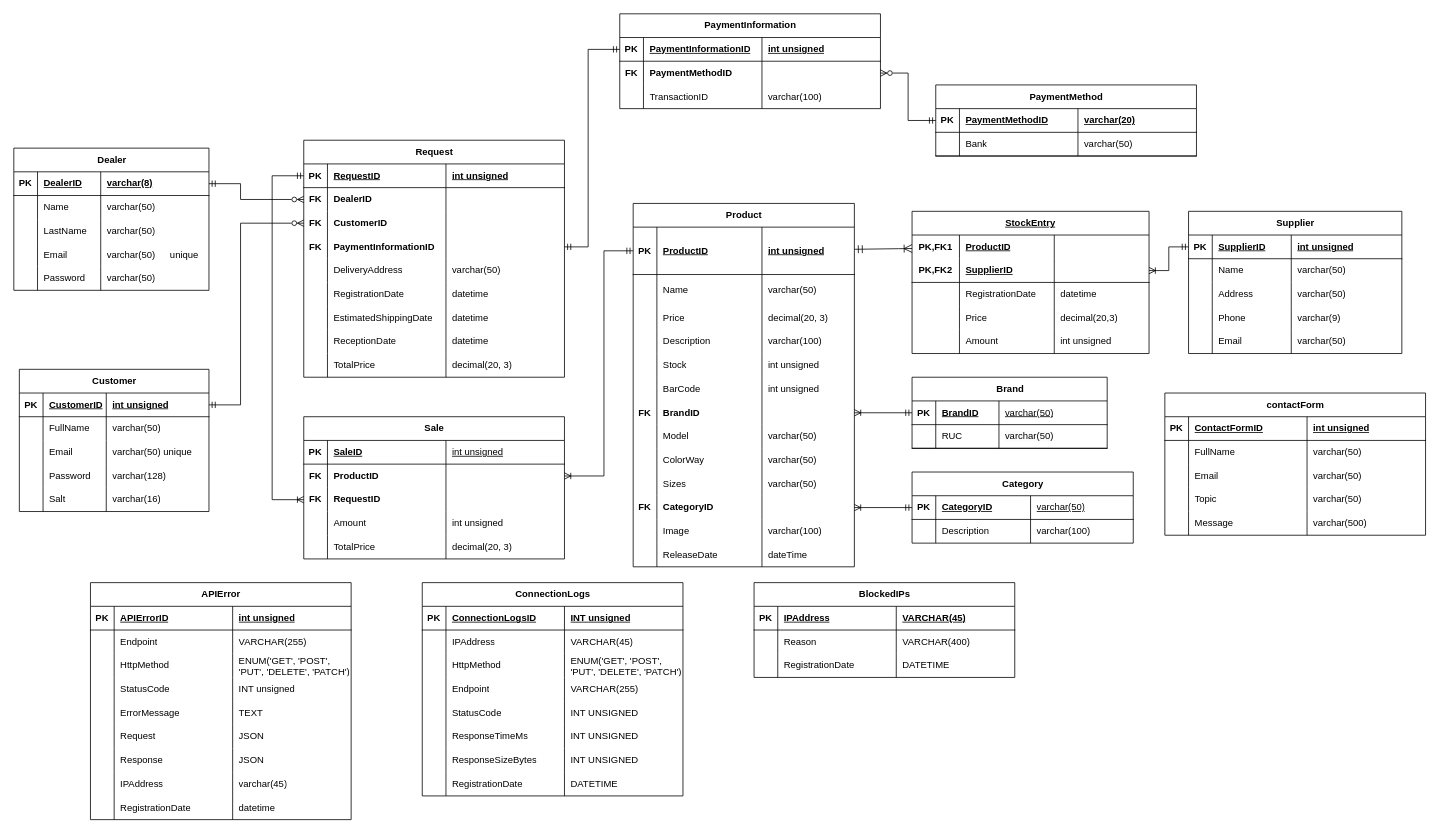
This is DataBase/thot.drawio from kurizuki/Minerva, a draw.io file, before an edit. Source tidied: cells renumbered, new cells numbered last; positions are measured from the earlier drawing's top-left corner, leaving out a move shared by most shapes. Both pictures are drawn from the tidied source at 79%, with x=0, y=0 at pixel (13, 13).
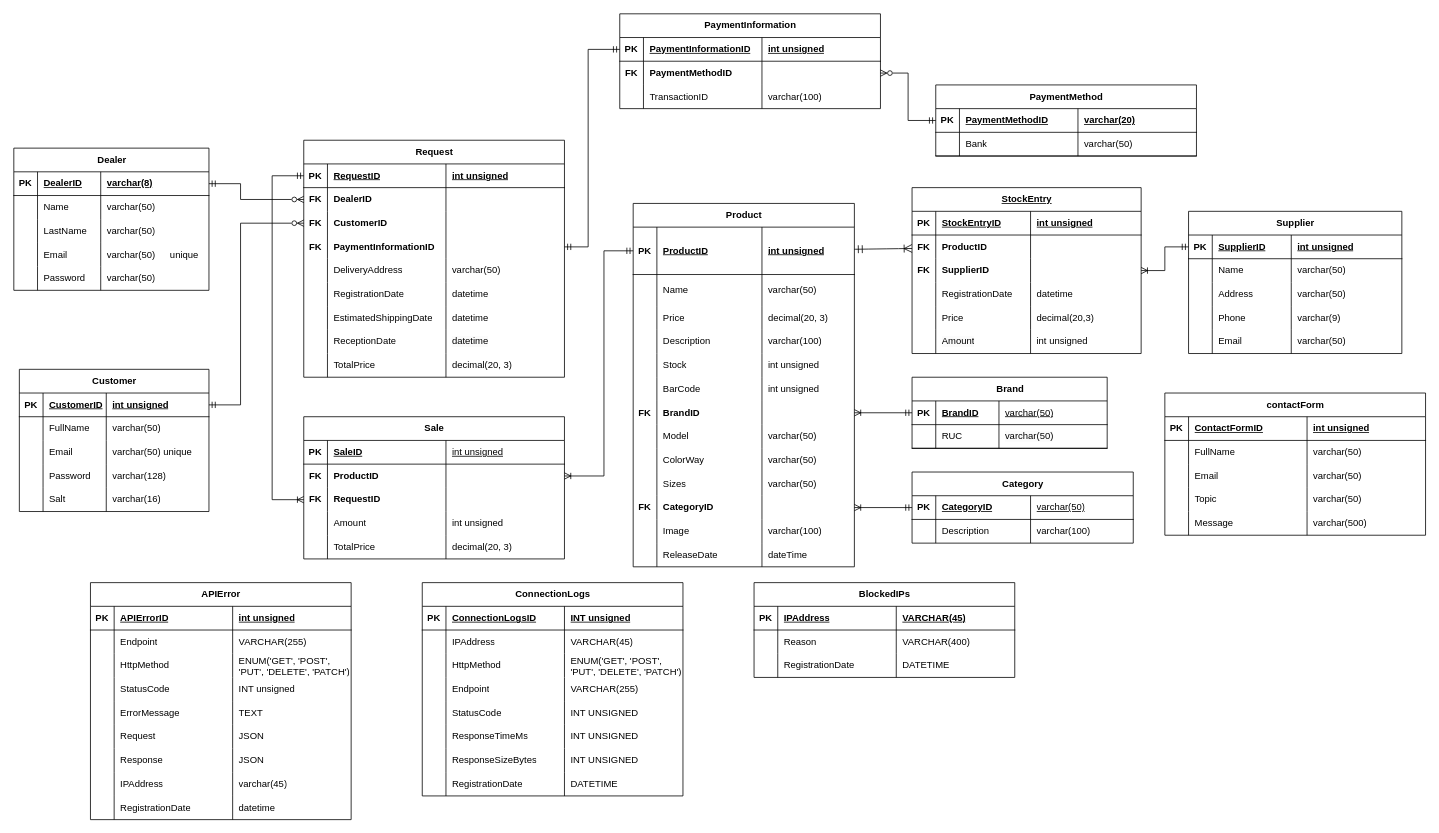
The same diagram, later.

Unchanged cells that the change refers to:
```xml
<mxCell id="3" style="shape=tableRow;horizontal=0;startSize=0;swimlaneHead=0;swimlaneBody=0;fillColor=none;points=[[0,0.5],[1,0.5]];portConstraint=eastwest;top=0;left=0;right=0;bottom=1;" parent="2" vertex="1">
  <mxGeometry y="30" width="280" height="60" as="geometry" />
</mxCell>
<mxCell id="98" style="shape=tableRow;horizontal=0;startSize=0;swimlaneHead=0;swimlaneBody=0;fillColor=none;points=[[0,0.5],[1,0.5]];portConstraint=eastwest;top=0;left=0;right=0;bottom=1;" parent="97" vertex="1">
  <mxGeometry y="30" width="270" height="30" as="geometry" />
</mxCell>
```

The edit, as a diff of the source:
```diff
@@
-    <mxCell id="157" style="edgeStyle=orthogonalEdgeStyle;rounded=0;jettySize=auto;html=1;exitX=0;exitY=0.5;exitDx=0;exitDy=0;endArrow=ERoneToMany;endFill=0;startArrow=ERmandOne;startFill=0;" parent="1" edge="1" source="98" target="175">
+    <mxCell id="157" style="edgeStyle=orthogonalEdgeStyle;rounded=0;jettySize=auto;html=1;exitX=0;exitY=0.5;exitDx=0;exitDy=0;endArrow=ERoneToMany;endFill=0;startArrow=ERmandOne;startFill=0;entryX=1;entryY=0.5;entryDx=0;entryDy=0;" parent="1" edge="1" source="98" target="358">
       <mxGeometry relative="1" as="geometry" />
     </mxCell>
-    <mxCell id="158" style="edgeStyle=none;curved=1;rounded=0;jettySize=auto;html=1;fontSize=12;startSize=8;endSize=8;endArrow=ERoneToMany;endFill=0;startArrow=ERmandOne;startFill=0;" parent="1" edge="1" source="3" target="171">
+    <mxCell id="158" style="edgeStyle=none;curved=1;rounded=0;jettySize=auto;html=1;fontSize=12;startSize=8;endSize=8;endArrow=ERoneToMany;endFill=0;startArrow=ERmandOne;startFill=0;" parent="1" edge="1" source="3" target="355">
       <mxGeometry relative="1" as="geometry" />
     </mxCell>
@@
-    <mxCell id="170" value="&lt;span style=&quot;text-wrap-mode: nowrap; text-decoration-line: underline;&quot;&gt;StockEntry&lt;/span&gt;" style="shape=table;startSize=30;childLayout=tableLayout;rowLines=0;fontStyle=1;align=center;html=1;whiteSpace=wrap;" parent="1" vertex="1">
-      <mxGeometry x="1137" y="250" width="300" height="180" as="geometry" />
-    </mxCell>
-    <mxCell id="171" style="shape=tableRow;horizontal=0;startSize=0;swimlaneHead=0;swimlaneBody=0;fillColor=none;points=[[0,0.5],[1,0.5]];portConstraint=eastwest;top=0;left=0;right=0;bottom=0;html=1;" parent="170" vertex="1">
-      <mxGeometry y="30" width="300" height="30" as="geometry" />
-    </mxCell>
-    <mxCell id="172" value="PK,FK1" style="shape=partialRectangle;fillColor=none;top=0;left=0;bottom=0;right=0;fontStyle=1;overflow=hidden;html=1;whiteSpace=wrap;" parent="171" vertex="1">
-      <mxGeometry width="60" height="30" as="geometry" />
-    </mxCell>
-    <mxCell id="173" value="ProductID" style="shape=partialRectangle;fillColor=none;top=0;left=0;bottom=0;right=0;align=left;spacingLeft=6;fontStyle=5;overflow=hidden;html=1;whiteSpace=wrap;" parent="171" vertex="1">
-      <mxGeometry x="60" width="120" height="30" as="geometry" />
-    </mxCell>
-    <mxCell id="174" style="shape=partialRectangle;fillColor=none;top=0;left=0;bottom=0;right=0;align=left;spacingLeft=6;fontStyle=5;overflow=hidden;html=1;whiteSpace=wrap;" parent="171" vertex="1">
-      <mxGeometry x="180" width="120" height="30" as="geometry" />
-    </mxCell>
-    <mxCell id="175" style="shape=tableRow;horizontal=0;startSize=0;swimlaneHead=0;swimlaneBody=0;fillColor=none;points=[[0,0.5],[1,0.5]];portConstraint=eastwest;top=0;left=0;right=0;bottom=1;html=1;" parent="170" vertex="1">
-      <mxGeometry y="60" width="300" height="30" as="geometry" />
-    </mxCell>
-    <mxCell id="176" value="PK,FK2" style="shape=partialRectangle;fillColor=none;top=0;left=0;bottom=0;right=0;fontStyle=1;overflow=hidden;html=1;whiteSpace=wrap;" parent="175" vertex="1">
-      <mxGeometry width="60" height="30" as="geometry" />
-    </mxCell>
-    <mxCell id="177" value="&lt;span style=&quot;text-align: center;&quot;&gt;SupplierID&lt;/span&gt;" style="shape=partialRectangle;fillColor=none;top=0;left=0;bottom=0;right=0;align=left;spacingLeft=6;fontStyle=5;overflow=hidden;html=1;whiteSpace=wrap;" parent="175" vertex="1">
-      <mxGeometry x="60" width="120" height="30" as="geometry" />
-    </mxCell>
-    <mxCell id="178" style="shape=partialRectangle;fillColor=none;top=0;left=0;bottom=0;right=0;align=left;spacingLeft=6;fontStyle=5;overflow=hidden;html=1;whiteSpace=wrap;" parent="175" vertex="1">
-      <mxGeometry x="180" width="120" height="30" as="geometry" />
-    </mxCell>
-    <mxCell id="179" style="shape=tableRow;horizontal=0;startSize=0;swimlaneHead=0;swimlaneBody=0;fillColor=none;top=0;left=0;right=0;bottom=0;html=1;" parent="170" vertex="1">
-      <mxGeometry y="90" width="300" height="30" as="geometry" />
-    </mxCell>
-    <mxCell id="180" style="shape=partialRectangle;fillColor=none;top=0;left=0;bottom=0;right=0;overflow=hidden;html=1;whiteSpace=wrap;" parent="179" vertex="1">
-      <mxGeometry width="60" height="30" as="geometry" />
-    </mxCell>
-    <mxCell id="181" value="RegistrationDate" style="shape=partialRectangle;fillColor=none;top=0;left=0;bottom=0;right=0;align=left;spacingLeft=6;overflow=hidden;html=1;whiteSpace=wrap;" parent="179" vertex="1">
-      <mxGeometry x="60" width="120" height="30" as="geometry" />
-    </mxCell>
-    <mxCell id="182" value="datetime" style="shape=partialRectangle;fillColor=none;top=0;left=0;bottom=0;right=0;align=left;spacingLeft=6;overflow=hidden;html=1;whiteSpace=wrap;" parent="179" vertex="1">
-      <mxGeometry x="180" width="120" height="30" as="geometry" />
-    </mxCell>
-    <mxCell id="183" style="shape=tableRow;horizontal=0;startSize=0;swimlaneHead=0;swimlaneBody=0;fillColor=none;top=0;left=0;right=0;bottom=0;html=1;" parent="170" vertex="1">
-      <mxGeometry y="120" width="300" height="30" as="geometry" />
-    </mxCell>
-    <mxCell id="184" style="shape=partialRectangle;fillColor=none;top=0;left=0;bottom=0;right=0;overflow=hidden;html=1;whiteSpace=wrap;" parent="183" vertex="1">
-      <mxGeometry width="60" height="30" as="geometry" />
-    </mxCell>
-    <mxCell id="185" value="Price" style="shape=partialRectangle;fillColor=none;top=0;left=0;bottom=0;right=0;align=left;spacingLeft=6;overflow=hidden;html=1;whiteSpace=wrap;" parent="183" vertex="1">
-      <mxGeometry x="60" width="120" height="30" as="geometry" />
-    </mxCell>
-    <mxCell id="186" value="decimal(20,3)" style="shape=partialRectangle;fillColor=none;top=0;left=0;bottom=0;right=0;align=left;spacingLeft=6;overflow=hidden;html=1;whiteSpace=wrap;" parent="183" vertex="1">
-      <mxGeometry x="180" width="120" height="30" as="geometry" />
-    </mxCell>
-    <mxCell id="187" style="shape=tableRow;horizontal=0;startSize=0;swimlaneHead=0;swimlaneBody=0;fillColor=none;top=0;left=0;right=0;bottom=0;html=1;" parent="170" vertex="1">
-      <mxGeometry y="150" width="300" height="30" as="geometry" />
-    </mxCell>
-    <mxCell id="188" style="shape=partialRectangle;fillColor=none;top=0;left=0;bottom=0;right=0;overflow=hidden;html=1;whiteSpace=wrap;" parent="187" vertex="1">
-      <mxGeometry width="60" height="30" as="geometry" />
-    </mxCell>
-    <mxCell id="189" value="Amount" style="shape=partialRectangle;fillColor=none;top=0;left=0;bottom=0;right=0;align=left;spacingLeft=6;overflow=hidden;html=1;whiteSpace=wrap;" parent="187" vertex="1">
-      <mxGeometry x="60" width="120" height="30" as="geometry" />
-    </mxCell>
-    <mxCell id="190" value="int unsigned" style="shape=partialRectangle;fillColor=none;top=0;left=0;bottom=0;right=0;align=left;spacingLeft=6;overflow=hidden;html=1;whiteSpace=wrap;" parent="187" vertex="1">
-      <mxGeometry x="180" width="120" height="30" as="geometry" />
-    </mxCell>
@@
+    <mxCell id="170" value="&lt;span style=&quot;text-decoration-line: underline;&quot;&gt;StockEntry&lt;/span&gt;" style="shape=table;startSize=30;childLayout=tableLayout;rowLines=0;fontStyle=1;align=center;html=1;" parent="1" vertex="1">
+      <mxGeometry x="1137" y="220" width="290" height="210" as="geometry" />
+    </mxCell>
+    <mxCell id="351" style="shape=tableRow;horizontal=0;startSize=0;swimlaneHead=0;swimlaneBody=0;fillColor=none;top=0;left=0;right=0;bottom=1;" parent="170" vertex="1">
+      <mxGeometry y="30" width="290" height="30" as="geometry" />
+    </mxCell>
+    <mxCell id="352" value="PK" style="shape=partialRectangle;fillColor=none;top=0;left=0;bottom=0;right=0;fontStyle=1;overflow=hidden;whiteSpace=wrap;html=1;" parent="351" vertex="1">
+      <mxGeometry width="30" height="30" as="geometry" />
+    </mxCell>
+    <mxCell id="353" value="&lt;span style=&quot;text-align: center; text-wrap-mode: nowrap;&quot;&gt;StockEntryID&lt;/span&gt;" style="shape=partialRectangle;fillColor=none;top=0;left=0;bottom=0;right=0;align=left;spacingLeft=6;fontStyle=5;overflow=hidden;whiteSpace=wrap;html=1;" parent="351" vertex="1">
+      <mxGeometry x="30" width="120" height="30" as="geometry" />
+    </mxCell>
+    <mxCell id="354" value="int unsigned" style="shape=partialRectangle;fillColor=none;top=0;left=0;bottom=0;right=0;align=left;spacingLeft=6;fontStyle=5;overflow=hidden;whiteSpace=wrap;html=1;" parent="351" vertex="1">
+      <mxGeometry x="150" width="140" height="30" as="geometry" />
+    </mxCell>
+    <mxCell id="355" style="shape=tableRow;horizontal=0;startSize=0;swimlaneHead=0;swimlaneBody=0;fillColor=none;points=[[0,0.5],[1,0.5]];portConstraint=eastwest;top=0;left=0;right=0;bottom=0;" parent="170" vertex="1">
+      <mxGeometry y="60" width="290" height="30" as="geometry" />
+    </mxCell>
+    <mxCell id="356" value="&lt;b&gt;FK&lt;/b&gt;" style="shape=partialRectangle;fillColor=none;top=0;left=0;bottom=0;right=0;overflow=hidden;whiteSpace=wrap;html=1;" parent="355" vertex="1">
+      <mxGeometry width="30" height="30" as="geometry" />
+    </mxCell>
+    <mxCell id="173" value="&lt;span style=&quot;font-weight: 700;&quot;&gt;ProductID&lt;/span&gt;" style="shape=partialRectangle;fillColor=none;top=0;left=0;bottom=0;right=0;align=left;spacingLeft=6;overflow=hidden;whiteSpace=wrap;html=1;" parent="355" vertex="1">
+      <mxGeometry x="30" width="120" height="30" as="geometry" />
+    </mxCell>
+    <mxCell id="357" style="shape=partialRectangle;fillColor=none;top=0;left=0;bottom=0;right=0;align=left;spacingLeft=6;overflow=hidden;whiteSpace=wrap;html=1;" parent="355" vertex="1">
+      <mxGeometry x="150" width="140" height="30" as="geometry" />
+    </mxCell>
+    <mxCell id="358" style="shape=tableRow;horizontal=0;startSize=0;swimlaneHead=0;swimlaneBody=0;fillColor=none;points=[[0,0.5],[1,0.5]];portConstraint=eastwest;top=0;left=0;right=0;bottom=0;" parent="170" vertex="1">
+      <mxGeometry y="90" width="290" height="30" as="geometry" />
+    </mxCell>
+    <mxCell id="359" value="&lt;b&gt;FK&lt;/b&gt;" style="shape=partialRectangle;fillColor=none;top=0;left=0;bottom=0;right=0;overflow=hidden;whiteSpace=wrap;html=1;" parent="358" vertex="1">
+      <mxGeometry width="30" height="30" as="geometry" />
+    </mxCell>
+    <mxCell id="177" value="&lt;span style=&quot;text-align: center;&quot;&gt;&lt;b&gt;SupplierID&lt;/b&gt;&lt;/span&gt;" style="shape=partialRectangle;fillColor=none;top=0;left=0;bottom=0;right=0;align=left;spacingLeft=6;overflow=hidden;whiteSpace=wrap;html=1;fontStyle=0;" parent="358" vertex="1">
+      <mxGeometry x="30" width="120" height="30" as="geometry" />
+    </mxCell>
+    <mxCell id="360" style="shape=partialRectangle;fillColor=none;top=0;left=0;bottom=0;right=0;align=left;spacingLeft=6;overflow=hidden;whiteSpace=wrap;html=1;" parent="358" vertex="1">
+      <mxGeometry x="150" width="140" height="30" as="geometry" />
+    </mxCell>
+    <mxCell id="361" style="shape=tableRow;horizontal=0;startSize=0;swimlaneHead=0;swimlaneBody=0;fillColor=none;top=0;left=0;right=0;bottom=0;" parent="170" vertex="1">
+      <mxGeometry y="120" width="290" height="30" as="geometry" />
+    </mxCell>
+    <mxCell id="362" style="shape=partialRectangle;fillColor=none;top=0;left=0;bottom=0;right=0;overflow=hidden;whiteSpace=wrap;html=1;" parent="361" vertex="1">
+      <mxGeometry width="30" height="30" as="geometry" />
+    </mxCell>
+    <mxCell id="181" value="RegistrationDate" style="shape=partialRectangle;fillColor=none;top=0;left=0;bottom=0;right=0;align=left;spacingLeft=6;overflow=hidden;whiteSpace=wrap;html=1;" parent="361" vertex="1">
+      <mxGeometry x="30" width="120" height="30" as="geometry" />
+    </mxCell>
+    <mxCell id="182" value="datetime" style="shape=partialRectangle;fillColor=none;top=0;left=0;bottom=0;right=0;align=left;spacingLeft=6;overflow=hidden;whiteSpace=wrap;html=1;" parent="361" vertex="1">
+      <mxGeometry x="150" width="140" height="30" as="geometry" />
+    </mxCell>
+    <mxCell id="363" style="shape=tableRow;horizontal=0;startSize=0;swimlaneHead=0;swimlaneBody=0;fillColor=none;top=0;left=0;right=0;bottom=0;" parent="170" vertex="1">
+      <mxGeometry y="150" width="290" height="30" as="geometry" />
+    </mxCell>
+    <mxCell id="364" style="shape=partialRectangle;fillColor=none;top=0;left=0;bottom=0;right=0;overflow=hidden;whiteSpace=wrap;html=1;" parent="363" vertex="1">
+      <mxGeometry width="30" height="30" as="geometry" />
+    </mxCell>
+    <mxCell id="185" value="Price" style="shape=partialRectangle;fillColor=none;top=0;left=0;bottom=0;right=0;align=left;spacingLeft=6;overflow=hidden;whiteSpace=wrap;html=1;" parent="363" vertex="1">
+      <mxGeometry x="30" width="120" height="30" as="geometry" />
+    </mxCell>
+    <mxCell id="186" value="decimal(20,3)" style="shape=partialRectangle;fillColor=none;top=0;left=0;bottom=0;right=0;align=left;spacingLeft=6;overflow=hidden;whiteSpace=wrap;html=1;" parent="363" vertex="1">
+      <mxGeometry x="150" width="140" height="30" as="geometry" />
+    </mxCell>
+    <mxCell id="365" style="shape=tableRow;horizontal=0;startSize=0;swimlaneHead=0;swimlaneBody=0;fillColor=none;top=0;left=0;right=0;bottom=0;" parent="170" vertex="1">
+      <mxGeometry y="180" width="290" height="30" as="geometry" />
+    </mxCell>
+    <mxCell id="366" style="shape=partialRectangle;fillColor=none;top=0;left=0;bottom=0;right=0;overflow=hidden;whiteSpace=wrap;html=1;" parent="365" vertex="1">
+      <mxGeometry width="30" height="30" as="geometry" />
+    </mxCell>
+    <mxCell id="189" value="&lt;span style=&quot;color: rgb(0, 0, 0); font-family: Helvetica; font-size: 12px; font-style: normal; font-variant-ligatures: normal; font-variant-caps: normal; font-weight: 400; letter-spacing: normal; orphans: 2; text-align: left; text-indent: 0px; text-transform: none; widows: 2; word-spacing: 0px; -webkit-text-stroke-width: 0px; white-space: normal; background-color: rgb(251, 251, 251); text-decoration-thickness: initial; text-decoration-style: initial; text-decoration-color: initial; float: none; display: inline !important;&quot;&gt;Amount&lt;/span&gt;" style="shape=partialRectangle;fillColor=none;top=0;left=0;bottom=0;right=0;align=left;spacingLeft=6;overflow=hidden;whiteSpace=wrap;html=1;" parent="365" vertex="1">
+      <mxGeometry x="30" width="120" height="30" as="geometry" />
+    </mxCell>
+    <mxCell id="367" value="int unsigned" style="shape=partialRectangle;fillColor=none;top=0;left=0;bottom=0;right=0;align=left;spacingLeft=6;overflow=hidden;whiteSpace=wrap;html=1;" parent="365" vertex="1">
+      <mxGeometry x="150" width="140" height="30" as="geometry" />
+    </mxCell>
```
